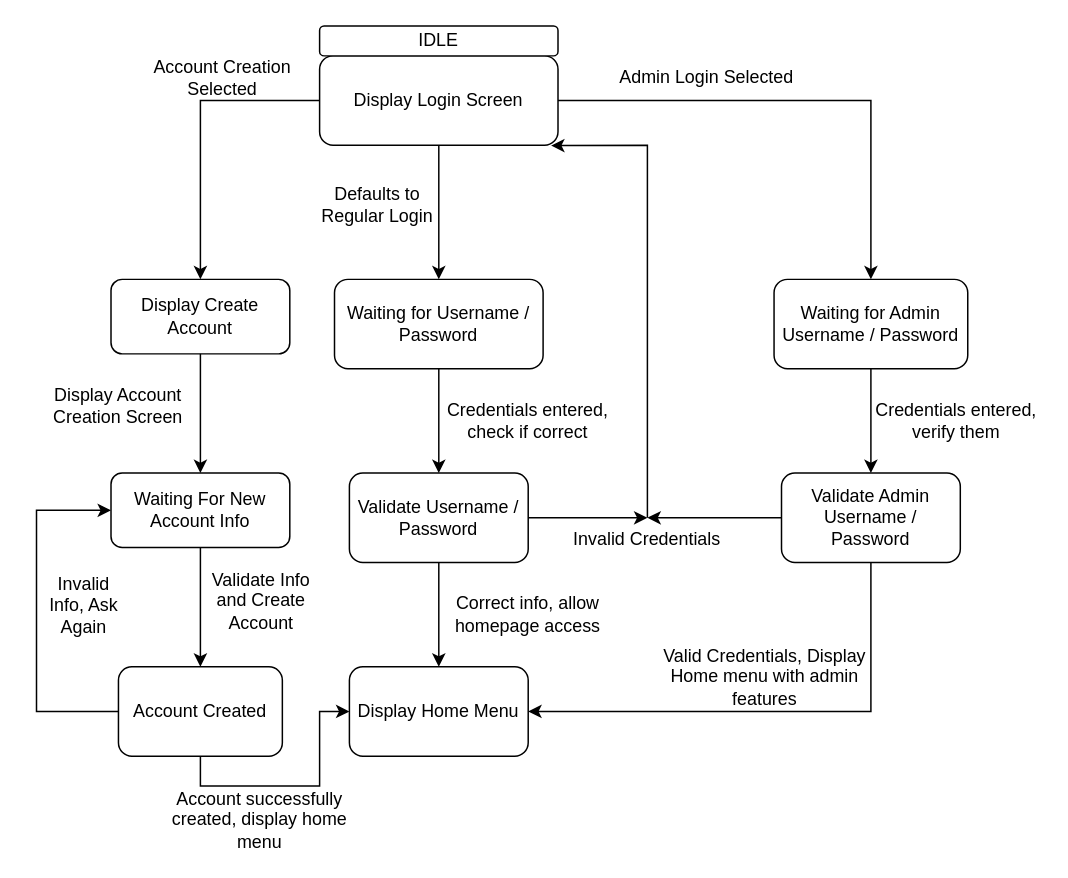
Earlier version of the draw.io diagram D6a-Statecharts/Login Statechart.drawio (Glizzus/COMP-3700). Source tidied: cells renumbered, new cells numbered last; positions are measured from the earlier drawing's top-left corner, leaving out a move shared by most shapes. Both pictures are drawn from the tidied source at 149%, with x=0, y=0 at pixel (36, 25).
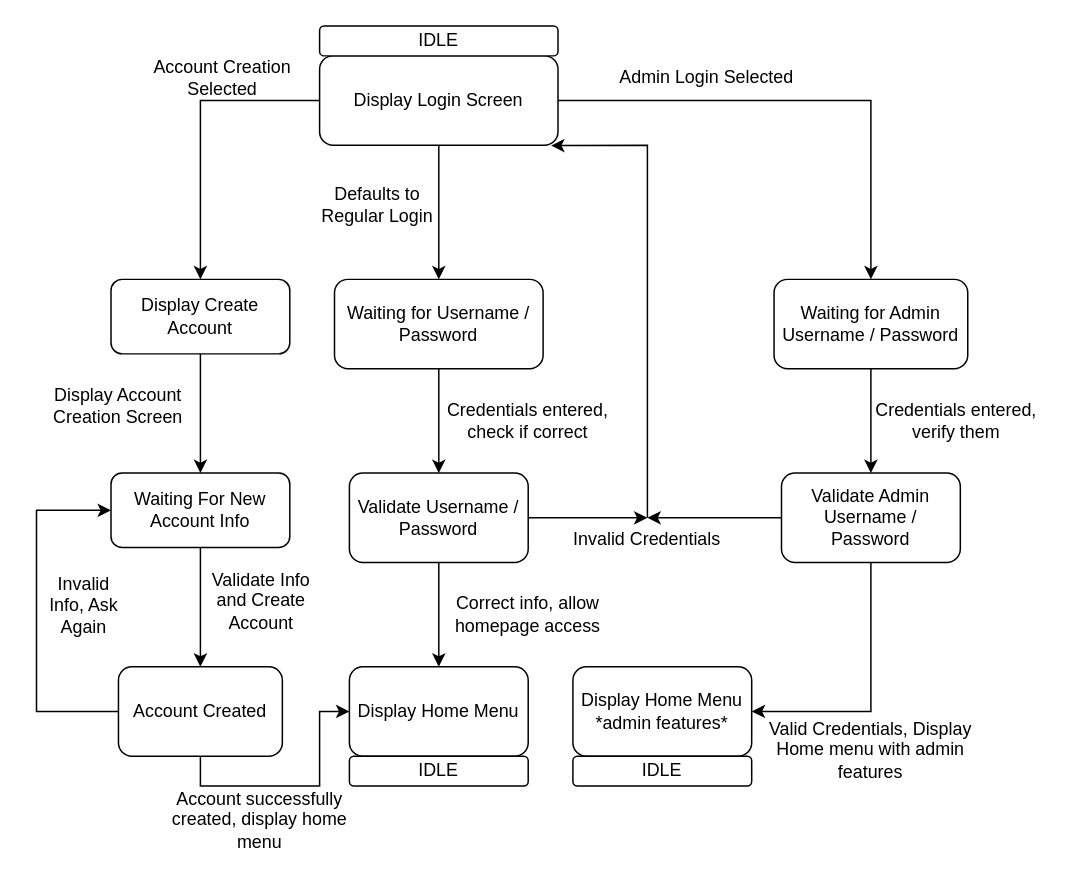
The same page after the edit.

The change refers to these unchanged cells:
```xml
<mxCell id="10" value="Display Home Menu" style="rounded=1;whiteSpace=wrap;html=1;" parent="1" vertex="1">
  <mxGeometry x="210" y="430" width="120" height="60" as="geometry" />
</mxCell>
<mxCell id="20" value="Validate Admin Username / Password" style="rounded=1;whiteSpace=wrap;html=1;" parent="1" vertex="1">
  <mxGeometry x="500" y="300" width="120" height="60" as="geometry" />
</mxCell>
```

Change to the diagram source:
```diff
@@
-    <mxCell id="37" style="endArrow=classic;html=1;rounded=0;entryX=1;entryY=0.5;entryDx=0;entryDy=0;" parent="1" edge="1" source="20" target="10">
+    <mxCell id="37" style="endArrow=classic;html=1;rounded=0;entryX=1;entryY=0.5;entryDx=0;entryDy=0;" parent="1" edge="1" source="20" target="41">
       <mxGeometry relative="1" as="geometry">
         <Array as="points">
           <mxPoint x="560" y="460" />
         </Array>
       </mxGeometry>
     </mxCell>
     <mxCell id="38" value="Valid Credentials, Display Home menu with admin features" style="text;html=1;strokeColor=none;fillColor=none;align=center;verticalAlign=middle;whiteSpace=wrap;rounded=0;" parent="1" vertex="1">
-      <mxGeometry x="414" y="422" width="150" height="30" as="geometry" />
+      <mxGeometry x="485" y="471" width="150" height="30" as="geometry" />
     </mxCell>
@@
+    <mxCell id="40" value="IDLE" style="rounded=1;whiteSpace=wrap;html=1;" parent="1" vertex="1">
+      <mxGeometry x="210" y="490" width="120" height="20" as="geometry" />
+    </mxCell>
+    <mxCell id="41" value="Display Home Menu&lt;br&gt;*admin features*" style="rounded=1;whiteSpace=wrap;html=1;" parent="1" vertex="1">
+      <mxGeometry x="360" y="430" width="120" height="60" as="geometry" />
+    </mxCell>
+    <mxCell id="42" value="IDLE" style="rounded=1;whiteSpace=wrap;html=1;" parent="1" vertex="1">
+      <mxGeometry x="360" y="490" width="120" height="20" as="geometry" />
+    </mxCell>
```
